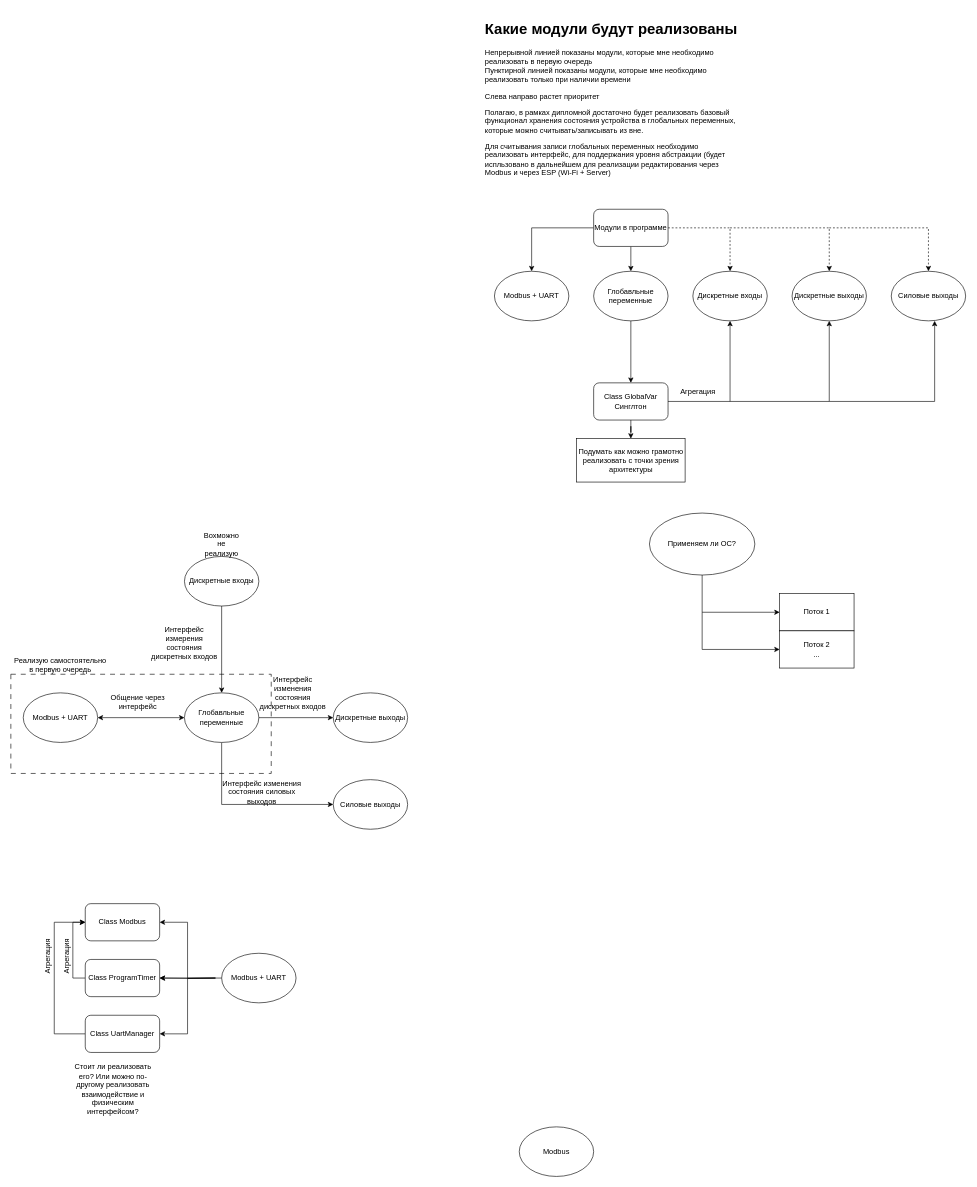
akcel123/Green-House keeps this draw.io diagram as Architecture.drawio. Above is the earlier version. Source tidied: cells renumbered, new cells numbered last; positions are measured from the earlier drawing's top-left corner, leaving out a move shared by most shapes. Both pictures are drawn from the tidied source at 62%, with x=0, y=0 at pixel (11, 17).
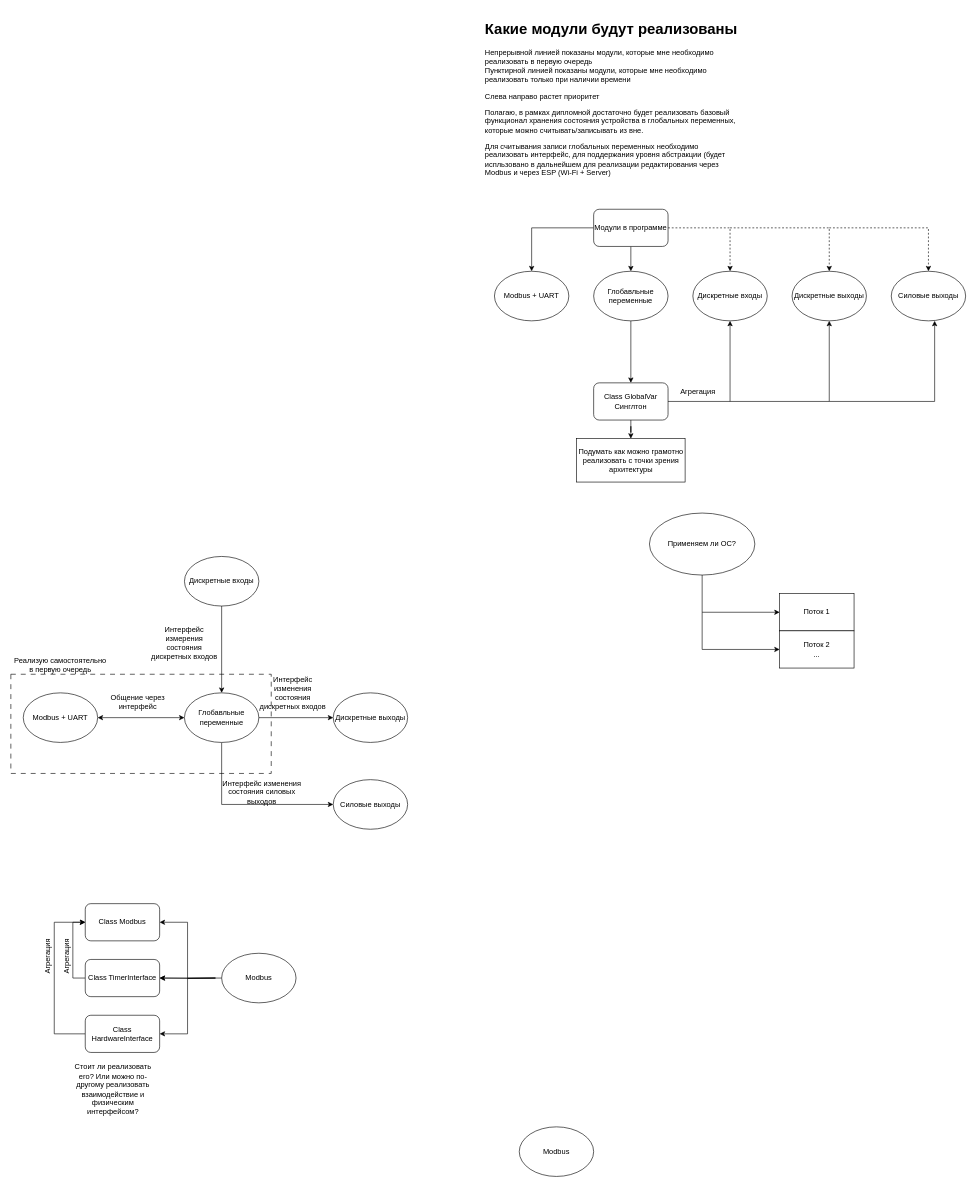
The same diagram, later.

Commit message (it also covers changes not shown here):
Отладил работу с регистрами через Modbus. Исправил баги

The edit, as a diff of the source:
```diff
@@
-    <mxCell id="38" value="Вохможно не реализую" style="text;html=1;strokeColor=none;fillColor=none;align=center;verticalAlign=middle;whiteSpace=wrap;rounded=0;" parent="1" vertex="1">
-      <mxGeometry x="310" y="835" width="60" height="30" as="geometry" />
-    </mxCell>
@@
-    <mxCell id="48" value="Class ProgramTimer" style="rounded=1;whiteSpace=wrap;html=1;" parent="1" vertex="1">
+    <mxCell id="48" value="Class TimerInterface" style="rounded=1;whiteSpace=wrap;html=1;" parent="1" vertex="1">
       <mxGeometry x="120" y="1520" width="120" height="60" as="geometry" />
     </mxCell>
@@
-    <mxCell id="50" value="Class UartManager" style="rounded=1;whiteSpace=wrap;html=1;" parent="1" vertex="1">
+    <mxCell id="50" value="Class HardwareInterface" style="rounded=1;whiteSpace=wrap;html=1;" parent="1" vertex="1">
       <mxGeometry x="120" y="1610" width="120" height="60" as="geometry" />
     </mxCell>
@@
-    <mxCell id="54" value="Modbus + UART" style="ellipse;whiteSpace=wrap;html=1;" parent="1" vertex="1">
+    <mxCell id="54" value="Modbus" style="ellipse;whiteSpace=wrap;html=1;" parent="1" vertex="1">
       <mxGeometry x="340" y="1510" width="120" height="80" as="geometry" />
     </mxCell>
```
